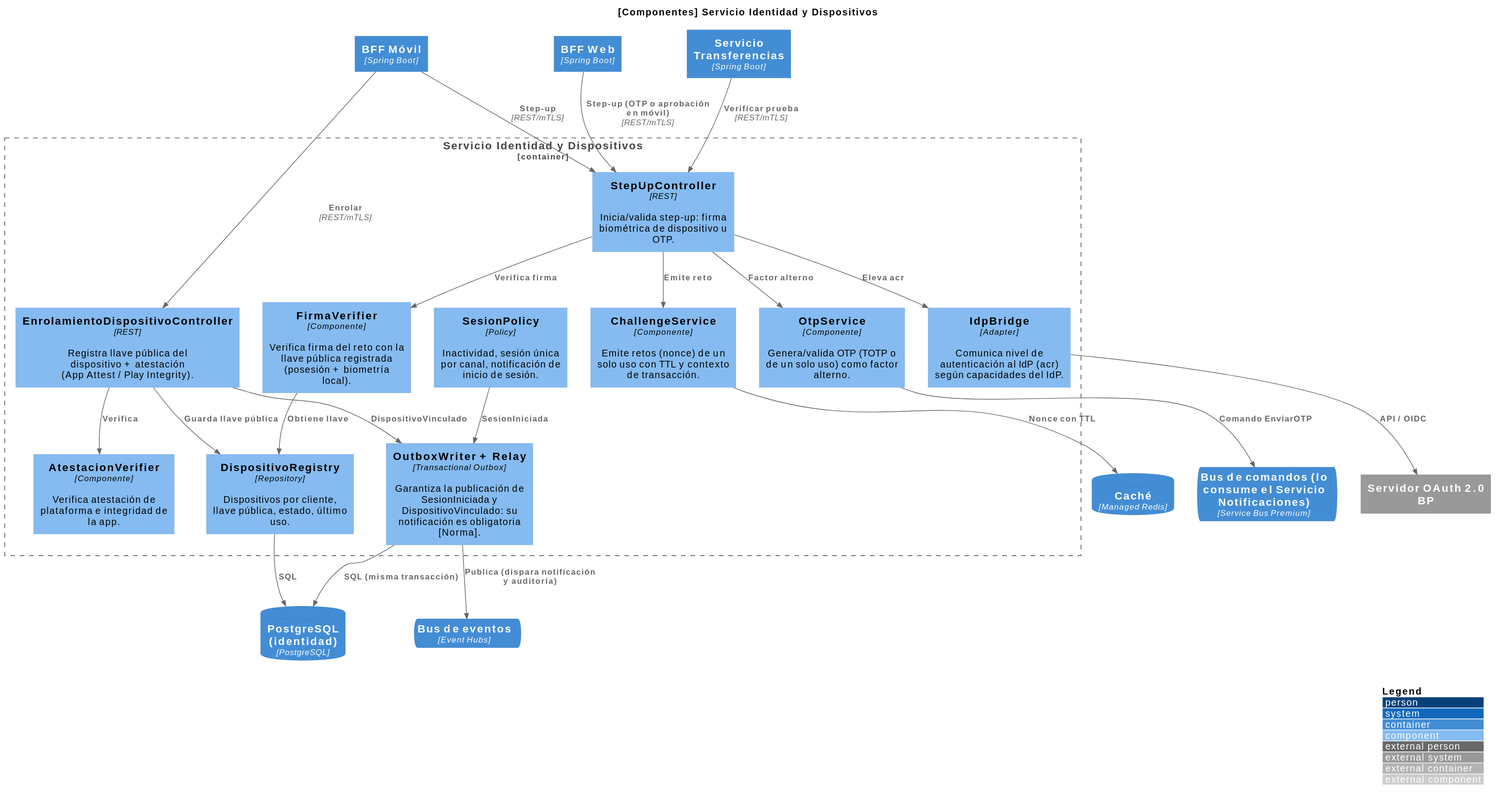
This is images/Componentes-Servicio Identidad y Dispositivos.svg from dledesman/banca-por-internet, a PlantUML export, as it was before one commit.
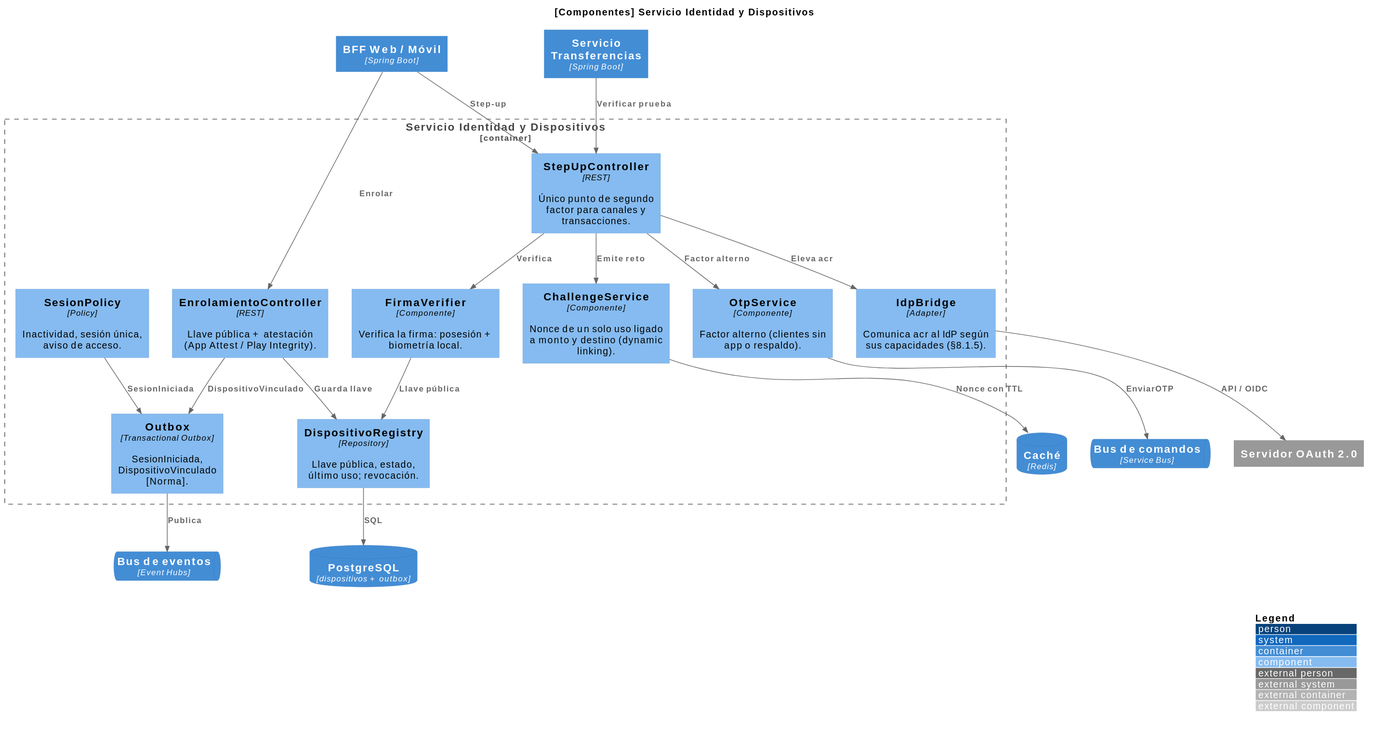
Later version of the same file.

The edit, as a diff of the source:
```diff
@@ -3,45 +3,40 @@
 LAYOUT_WITH_LEGEND()
 title [Componentes] Servicio Identidad y Dispositivos
 
-Container(bffm, "BFF Móvil", "Spring Boot")
-Container(bffw, "BFF Web", "Spring Boot")
+Container(bff, "BFF Web / Móvil", "Spring Boot")
 Container(sTrf, "Servicio Transferencias", "Spring Boot")
-ContainerDb(pg, "PostgreSQL (identidad)", "PostgreSQL")
-ContainerDb(redis, "Caché", "Managed Redis")
+ContainerDb(pg, "PostgreSQL", "dispositivos + outbox")
+ContainerDb(redis, "Caché", "Redis")
+ContainerQueue(sbus, "Bus de comandos", "Service Bus")
 ContainerQueue(evh, "Bus de eventos", "Event Hubs")
-System_Ext(idp, "Servidor OAuth 2.0 BP")
-ContainerQueue(sbus, "Bus de comandos (lo consume el Servicio Notificaciones)", "Service Bus Premium")
+System_Ext(idp, "Servidor OAuth 2.0")
 
 Container_Boundary(ide, "Servicio Identidad y Dispositivos") {
-  Component(enr, "EnrolamientoDispositivoController", "REST", "Registra llave pública del dispositivo + atestación (App Attest / Play Integrity).")
-  Component(att, "AtestacionVerifier", "Componente", "Verifica atestación de plataforma e integridad de la app.")
-  Component(reg, "DispositivoRegistry", "Repository", "Dispositivos por cliente, llave pública, estado, último uso.")
-  Component(chal, "ChallengeService", "Componente", "Emite retos (nonce) de un solo uso con TTL y contexto de transacción.")
-  Component(ver, "FirmaVerifier", "Componente", "Verifica firma del reto con la llave pública registrada (posesión + biometría local).")
-  Component(step, "StepUpController", "REST", "Inicia/valida step-up: firma biométrica de dispositivo u OTP.")
-  Component(otpS, "OtpService", "Componente", "Genera/valida OTP (TOTP o de un solo uso) como factor alterno.")
-  Component(bridge, "IdpBridge", "Adapter", "Comunica nivel de autenticación al IdP (acr) según capacidades del IdP.")
-  Component(sess, "SesionPolicy", "Policy", "Inactividad, sesión única por canal, notificación de inicio de sesión.")
-  Component(outbox, "OutboxWriter + Relay", "Transactional Outbox", "Garantiza la publicación de SesionIniciada y DispositivoVinculado: su notificación es obligatoria [Norma].")
+  Component(enr, "EnrolamientoController", "REST", "Llave pública + atestación (App Attest / Play Integrity).")
+  Component(reg, "DispositivoRegistry", "Repository", "Llave pública, estado, último uso; revocación.")
+  Component(step, "StepUpController", "REST", "Único punto de segundo factor para canales y transacciones.")
+  Component(chal, "ChallengeService", "Componente", "Nonce de un solo uso ligado a monto y destino (dynamic linking).")
+  Component(ver, "FirmaVerifier", "Componente", "Verifica la firma: posesión + biometría local.")
+  Component(otp, "OtpService", "Componente", "Factor alterno (clientes sin app o respaldo).")
+  Component(bridge, "IdpBridge", "Adapter", "Comunica acr al IdP según sus capacidades (§8.1.5).")
+  Component(sess, "SesionPolicy", "Policy", "Inactividad, sesión única, aviso de acceso.")
+  Component(outbox, "Outbox", "Transactional Outbox", "SesionIniciada, DispositivoVinculado [Norma].")
 }
 
-Rel(bffm, enr, "Enrolar", "REST/mTLS")
-Rel(enr, att, "Verifica")
-Rel(enr, reg, "Guarda llave pública")
+Rel(bff, enr, "Enrolar")
+Rel(enr, reg, "Guarda llave")
 Rel(reg, pg, "SQL")
-Rel(bffm, step, "Step-up", "REST/mTLS")
-Rel(bffw, step, "Step-up (OTP o aprobación en móvil)", "REST/mTLS")
-Rel(sTrf, step, "Verificar prueba", "REST/mTLS")
+Rel(bff, step, "Step-up")
+Rel(sTrf, step, "Verificar prueba")
 Rel(step, chal, "Emite reto")
 Rel(chal, redis, "Nonce con TTL")
-Rel(step, ver, "Verifica firma")
-Rel(ver, reg, "Obtiene llave")
-Rel(step, otpS, "Factor alterno")
-Rel(otpS, sbus, "Comando EnviarOTP")
+Rel(step, ver, "Verifica")
+Rel(ver, reg, "Llave pública")
+Rel(step, otp, "Factor alterno")
+Rel(otp, sbus, "EnviarOTP")
 Rel(step, bridge, "Eleva acr")
 Rel(bridge, idp, "API / OIDC")
 Rel(sess, outbox, "SesionIniciada")
 Rel(enr, outbox, "DispositivoVinculado")
-Rel(outbox, pg, "SQL (misma transacción)")
-Rel(outbox, evh, "Publica (dispara notificación y auditoría)")
-@endum
+Rel(outbox, evh, "Publica")
+@enduml
```
